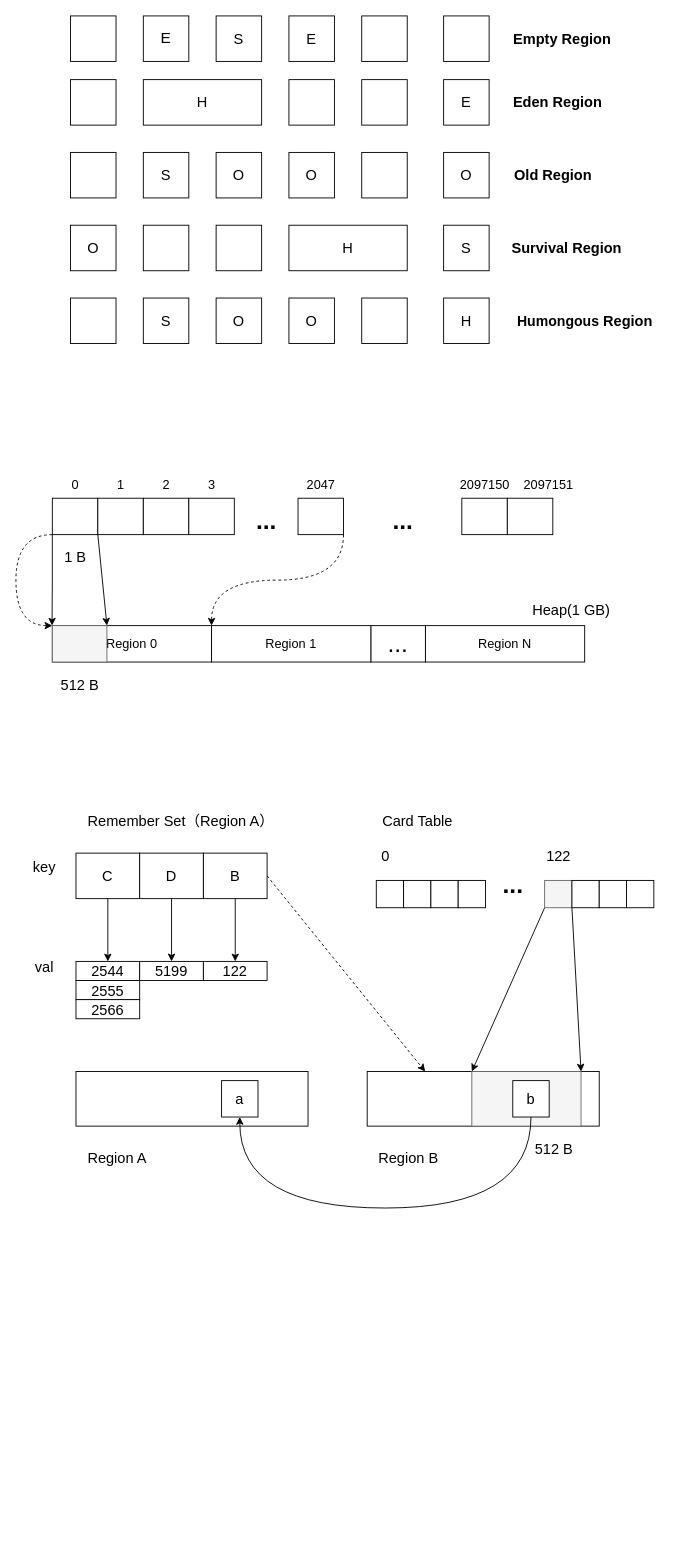
Above: G1 GC.drawio in f123888/Draw.IO (draw.io), before the change. Source tidied: cells renumbered, new cells numbered last; positions are measured from the earlier drawing's top-left corner, leaving out a move shared by most shapes. Both pictures are drawn from the tidied source at 91%, with x=0, y=0 at pixel (15, 15).
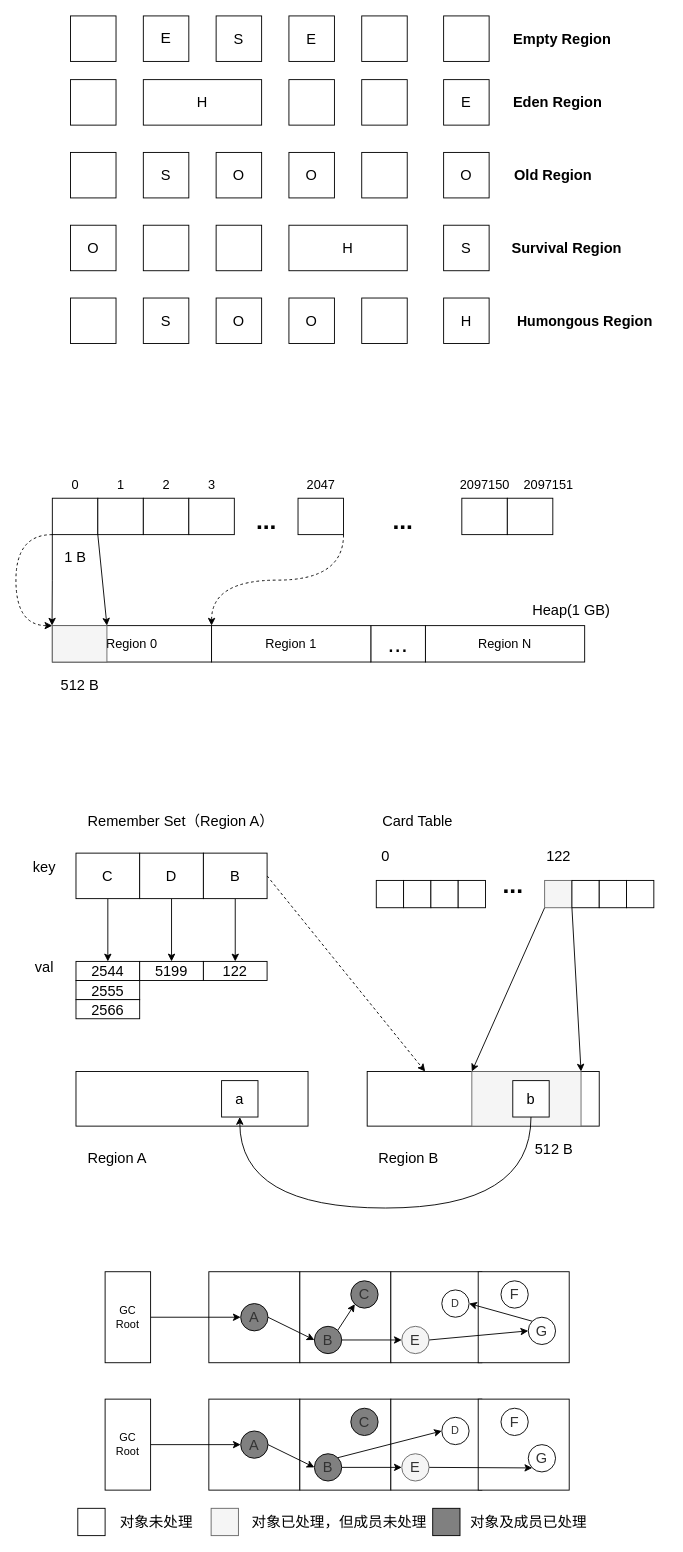
After the change.

What changed in the source:
```diff
@@
+    <mxCell id="101" style="whiteSpace=wrap;html=1;" parent="1" vertex="1">
+      <mxGeometry x="212" y="1520" width="100" height="100" as="geometry" />
+    </mxCell>
+    <mxCell id="102" style="whiteSpace=wrap;html=1;" parent="1" vertex="1">
+      <mxGeometry x="312" y="1520" width="100" height="100" as="geometry" />
+    </mxCell>
+    <mxCell id="103" style="whiteSpace=wrap;html=1;" parent="1" vertex="1">
+      <mxGeometry x="412" y="1520" width="100" height="100" as="geometry" />
+    </mxCell>
+    <mxCell id="104" style="whiteSpace=wrap;html=1;" parent="1" vertex="1">
+      <mxGeometry x="508" y="1520" width="100" height="100" as="geometry" />
+    </mxCell>
+    <mxCell id="105" style="whiteSpace=wrap;html=1;" parent="1" vertex="1">
+      <mxGeometry x="212" y="1380" width="100" height="100" as="geometry" />
+    </mxCell>
+    <mxCell id="106" style="whiteSpace=wrap;html=1;" parent="1" vertex="1">
+      <mxGeometry x="312" y="1380" width="100" height="100" as="geometry" />
+    </mxCell>
+    <mxCell id="107" style="whiteSpace=wrap;html=1;" parent="1" vertex="1">
+      <mxGeometry x="412" y="1380" width="100" height="100" as="geometry" />
+    </mxCell>
+    <mxCell id="108" style="whiteSpace=wrap;html=1;" parent="1" vertex="1">
+      <mxGeometry x="508" y="1380" width="100" height="100" as="geometry" />
+    </mxCell>
@@
+    <mxCell id="109" style="edgeStyle=orthogonalEdgeStyle;rounded=0;jettySize=auto;html=1;exitX=1;exitY=0.5;exitDx=0;exitDy=0;entryX=0;entryY=0.5;entryDx=0;entryDy=0;" parent="1" edge="1" source="110" target="112">
+      <mxGeometry relative="1" as="geometry" />
+    </mxCell>
+    <mxCell id="110" value="GC&lt;br&gt;Root" style="rounded=0;whiteSpace=wrap;html=1;" parent="1" vertex="1">
+      <mxGeometry x="98" y="1380" width="50" height="100" as="geometry" />
+    </mxCell>
+    <mxCell id="111" style="rounded=0;jettySize=auto;html=1;exitX=1;exitY=0.5;exitDx=0;exitDy=0;entryX=0;entryY=0.5;entryDx=0;entryDy=0;" parent="1" edge="1" source="112" target="117">
+      <mxGeometry relative="1" as="geometry" />
+    </mxCell>
+    <mxCell id="112" value="&lt;font style=&quot;font-size: 16px;&quot;&gt;A&lt;/font&gt;" style="ellipse;whiteSpace=wrap;html=1;fillColor=#808080;fontColor=#333333;strokeColor=#000000;" parent="1" vertex="1">
+      <mxGeometry x="247" y="1415" width="30" height="30" as="geometry" />
+    </mxCell>
+    <mxCell id="113" style="rounded=0;jettySize=auto;html=1;exitX=1;exitY=0.5;exitDx=0;exitDy=0;entryX=0;entryY=0.5;entryDx=0;entryDy=0;" parent="1" edge="1" source="114" target="126">
+      <mxGeometry relative="1" as="geometry" />
+    </mxCell>
+    <mxCell id="114" value="GC&lt;br&gt;Root" style="rounded=0;whiteSpace=wrap;html=1;" parent="1" vertex="1">
+      <mxGeometry x="98" y="1520" width="50" height="100" as="geometry" />
+    </mxCell>
+    <mxCell id="115" style="rounded=0;jettySize=auto;html=1;exitX=1;exitY=0;exitDx=0;exitDy=0;entryX=0;entryY=1;entryDx=0;entryDy=0;" parent="1" edge="1" source="117" target="118">
+      <mxGeometry relative="1" as="geometry" />
+    </mxCell>
+    <mxCell id="116" style="rounded=0;jettySize=auto;html=1;exitX=1;exitY=0.5;exitDx=0;exitDy=0;entryX=0;entryY=0.5;entryDx=0;entryDy=0;" parent="1" edge="1" source="117" target="120">
+      <mxGeometry relative="1" as="geometry" />
+    </mxCell>
+    <mxCell id="117" value="&lt;span style=&quot;font-size: 16px;&quot;&gt;B&lt;/span&gt;" style="ellipse;whiteSpace=wrap;html=1;fillColor=#808080;fontColor=#333333;strokeColor=#000000;" parent="1" vertex="1">
+      <mxGeometry x="328" y="1440" width="30" height="30" as="geometry" />
+    </mxCell>
+    <mxCell id="118" value="&lt;span style=&quot;font-size: 16px;&quot;&gt;C&lt;/span&gt;" style="ellipse;whiteSpace=wrap;html=1;fillColor=#808080;fontColor=#333333;strokeColor=#000000;" parent="1" vertex="1">
+      <mxGeometry x="368" y="1390" width="30" height="30" as="geometry" />
+    </mxCell>
+    <mxCell id="119" style="rounded=0;jettySize=auto;html=1;exitX=1;exitY=0.5;exitDx=0;exitDy=0;entryX=0;entryY=0.5;entryDx=0;entryDy=0;" parent="1" edge="1" source="120" target="123">
+      <mxGeometry relative="1" as="geometry" />
+    </mxCell>
+    <mxCell id="120" value="&lt;span style=&quot;font-size: 16px;&quot;&gt;E&lt;/span&gt;" style="ellipse;whiteSpace=wrap;html=1;fillColor=#f5f5f5;fontColor=#333333;strokeColor=#666666;" parent="1" vertex="1">
+      <mxGeometry x="424" y="1440" width="30" height="30" as="geometry" />
+    </mxCell>
+    <mxCell id="121" value="D" style="ellipse;whiteSpace=wrap;html=1;fillColor=#FFFFFF;fontColor=#333333;strokeColor=#000000;" parent="1" vertex="1">
+      <mxGeometry x="468" y="1400" width="30" height="30" as="geometry" />
+    </mxCell>
+    <mxCell id="122" style="rounded=0;jettySize=auto;html=1;exitX=0;exitY=0;exitDx=0;exitDy=0;entryX=1;entryY=0.5;entryDx=0;entryDy=0;" parent="1" edge="1" source="123" target="121">
+      <mxGeometry relative="1" as="geometry" />
+    </mxCell>
+    <mxCell id="123" value="&lt;span style=&quot;font-size: 16px;&quot;&gt;G&lt;/span&gt;" style="ellipse;whiteSpace=wrap;html=1;fillColor=#FFFFFF;fontColor=#333333;strokeColor=#000000;" parent="1" vertex="1">
+      <mxGeometry x="563" y="1430" width="30" height="30" as="geometry" />
+    </mxCell>
+    <mxCell id="124" value="&lt;span style=&quot;font-size: 16px;&quot;&gt;F&lt;/span&gt;" style="ellipse;whiteSpace=wrap;html=1;fillColor=#FFFFFF;fontColor=#333333;strokeColor=#000000;" parent="1" vertex="1">
+      <mxGeometry x="533" y="1390" width="30" height="30" as="geometry" />
+    </mxCell>
+    <mxCell id="125" style="rounded=0;jettySize=auto;html=1;exitX=1;exitY=0.5;exitDx=0;exitDy=0;entryX=0;entryY=0.5;entryDx=0;entryDy=0;" parent="1" edge="1" source="126" target="129">
+      <mxGeometry relative="1" as="geometry" />
+    </mxCell>
+    <mxCell id="126" value="&lt;font style=&quot;font-size: 16px;&quot;&gt;A&lt;/font&gt;" style="ellipse;whiteSpace=wrap;html=1;fillColor=#808080;fontColor=#333333;strokeColor=#000000;" parent="1" vertex="1">
+      <mxGeometry x="247" y="1555" width="30" height="30" as="geometry" />
+    </mxCell>
+    <mxCell id="127" style="rounded=0;jettySize=auto;html=1;exitX=1;exitY=0.5;exitDx=0;exitDy=0;entryX=0;entryY=0.5;entryDx=0;entryDy=0;" parent="1" edge="1" source="129" target="132">
+      <mxGeometry relative="1" as="geometry" />
+    </mxCell>
+    <mxCell id="128" style="rounded=0;jettySize=auto;html=1;exitX=1;exitY=0;exitDx=0;exitDy=0;entryX=0;entryY=0.5;entryDx=0;entryDy=0;" parent="1" edge="1" source="129" target="133">
+      <mxGeometry relative="1" as="geometry" />
+    </mxCell>
+    <mxCell id="129" value="&lt;span style=&quot;font-size: 16px;&quot;&gt;B&lt;/span&gt;" style="ellipse;whiteSpace=wrap;html=1;fillColor=#808080;fontColor=#333333;strokeColor=#000000;" parent="1" vertex="1">
+      <mxGeometry x="328" y="1580" width="30" height="30" as="geometry" />
+    </mxCell>
+    <mxCell id="130" value="&lt;span style=&quot;font-size: 16px;&quot;&gt;C&lt;/span&gt;" style="ellipse;whiteSpace=wrap;html=1;fillColor=#808080;fontColor=#333333;strokeColor=#000000;" parent="1" vertex="1">
+      <mxGeometry x="368" y="1530" width="30" height="30" as="geometry" />
+    </mxCell>
+    <mxCell id="131" style="rounded=0;jettySize=auto;html=1;exitX=1;exitY=0.5;exitDx=0;exitDy=0;entryX=0;entryY=1;entryDx=0;entryDy=0;" parent="1" edge="1" source="132" target="134">
+      <mxGeometry relative="1" as="geometry" />
+    </mxCell>
+    <mxCell id="132" value="&lt;span style=&quot;font-size: 16px;&quot;&gt;E&lt;/span&gt;" style="ellipse;whiteSpace=wrap;html=1;fillColor=#f5f5f5;fontColor=#333333;strokeColor=#666666;" parent="1" vertex="1">
+      <mxGeometry x="424" y="1580" width="30" height="30" as="geometry" />
+    </mxCell>
+    <mxCell id="133" value="D" style="ellipse;whiteSpace=wrap;html=1;fillColor=#FFFFFF;fontColor=#333333;strokeColor=#000000;" parent="1" vertex="1">
+      <mxGeometry x="468" y="1540" width="30" height="30" as="geometry" />
+    </mxCell>
+    <mxCell id="134" value="&lt;span style=&quot;font-size: 16px;&quot;&gt;G&lt;/span&gt;" style="ellipse;whiteSpace=wrap;html=1;fillColor=#FFFFFF;fontColor=#333333;strokeColor=#000000;" parent="1" vertex="1">
+      <mxGeometry x="563" y="1570" width="30" height="30" as="geometry" />
+    </mxCell>
+    <mxCell id="135" value="&lt;span style=&quot;font-size: 16px;&quot;&gt;F&lt;/span&gt;" style="ellipse;whiteSpace=wrap;html=1;fillColor=#FFFFFF;fontColor=#333333;strokeColor=#000000;" parent="1" vertex="1">
+      <mxGeometry x="533" y="1530" width="30" height="30" as="geometry" />
+    </mxCell>
+    <mxCell id="136" style="whiteSpace=wrap;html=1;" parent="1" vertex="1">
+      <mxGeometry x="68" y="1640" width="30" height="30" as="geometry" />
+    </mxCell>
+    <mxCell id="137" value="&lt;font style=&quot;font-size: 16px;&quot;&gt;对象未处理&lt;/font&gt;" style="text;html=1;align=center;verticalAlign=middle;strokeColor=none;fillColor=none;" parent="1" vertex="1">
+      <mxGeometry x="103.5" y="1640" width="100" height="30" as="geometry" />
+    </mxCell>
+    <mxCell id="138" style="whiteSpace=wrap;html=1;fillColor=#f5f5f5;fontColor=#333333;strokeColor=#666666;" parent="1" vertex="1">
+      <mxGeometry x="214.5" y="1640" width="30" height="30" as="geometry" />
+    </mxCell>
+    <mxCell id="139" value="&lt;font style=&quot;font-size: 16px;&quot;&gt;对象已处理，但成员未处理&lt;/font&gt;" style="text;html=1;align=center;verticalAlign=middle;strokeColor=none;fillColor=none;" parent="1" vertex="1">
+      <mxGeometry x="244.5" y="1640" width="220" height="30" as="geometry" />
+    </mxCell>
+    <mxCell id="140" style="whiteSpace=wrap;html=1;fillColor=light-dark(#808080, #ededed);" parent="1" vertex="1">
+      <mxGeometry x="458" y="1640" width="30" height="30" as="geometry" />
+    </mxCell>
+    <mxCell id="141" value="&lt;font style=&quot;font-size: 16px;&quot;&gt;对象及成员已处理&lt;/font&gt;" style="text;html=1;align=center;verticalAlign=middle;strokeColor=none;fillColor=none;" parent="1" vertex="1">
+      <mxGeometry x="488" y="1640" width="150" height="30" as="geometry" />
+    </mxCell>
```
